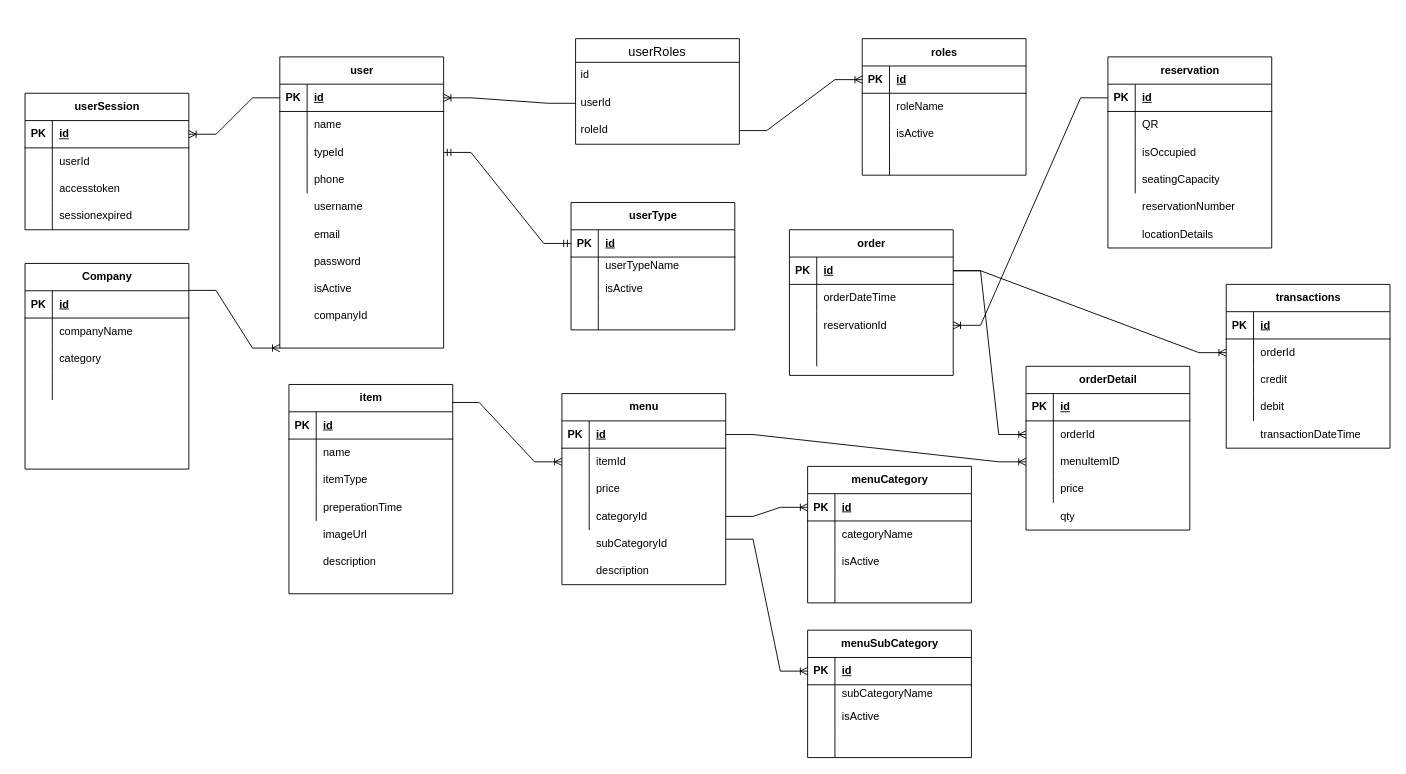
Above: resturant-erd.drawio in zakk616/resturant-erd (draw.io), before the change. Source tidied: cells renumbered, new cells numbered last; positions are measured from the earlier drawing's top-left corner, leaving out a move shared by most shapes. Both pictures are drawn from the tidied source at 91%, with x=0, y=0 at pixel (-85, 38).
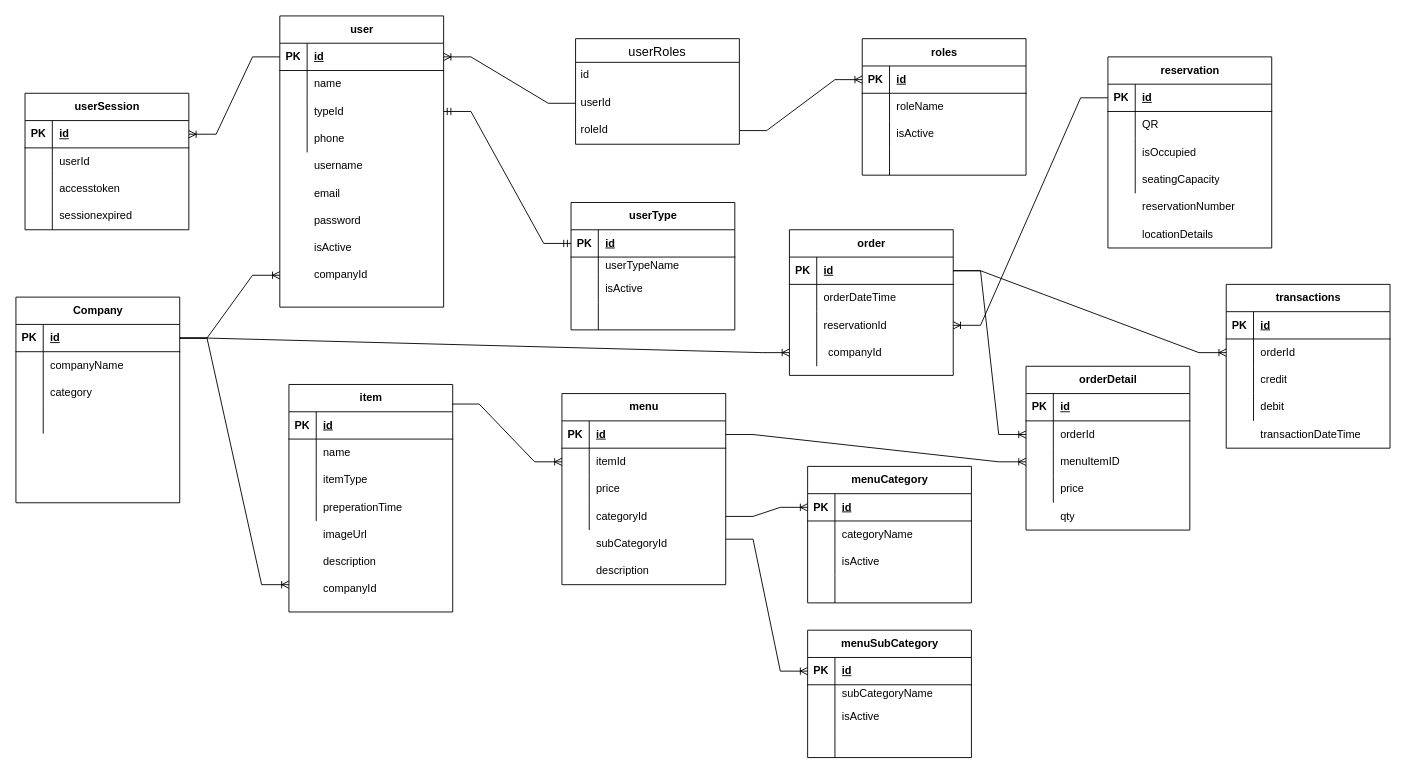
After the change.

Unchanged cells that the change refers to:
```xml
<mxCell id="121" style="shape=tableRow;horizontal=0;startSize=0;swimlaneHead=0;swimlaneBody=0;fillColor=none;points=[[0,0.5],[1,0.5]];portConstraint=eastwest;top=0;left=0;right=0;bottom=0;" parent="111" vertex="1">
  <mxGeometry y="120" width="180" height="30" as="geometry" />
</mxCell>
<mxCell id="187" style="shape=tableRow;horizontal=0;startSize=0;swimlaneHead=0;swimlaneBody=0;fillColor=none;points=[[0,0.5],[1,0.5]];portConstraint=eastwest;top=0;left=0;right=0;bottom=1;" parent="186" vertex="1">
  <mxGeometry y="30" width="180" height="30" as="geometry" />
</mxCell>
```

The edit, as a diff of the source:
```diff
@@
     <mxCell id="2" value="user" style="shape=table;startSize=30;childLayout=tableLayout;rowLines=0;fontStyle=1;align=center;html=1;" parent="1" vertex="1">
-      <mxGeometry x="400" y="20" width="180" height="320" as="geometry" />
+      <mxGeometry x="400" y="-25" width="180" height="320" as="geometry" />
     </mxCell>
@@
     <mxCell id="42" value="username" style="shape=partialRectangle;fillColor=none;top=0;left=0;bottom=0;right=0;align=left;spacingLeft=6;overflow=hidden;whiteSpace=wrap;html=1;" parent="1" vertex="1">
-      <mxGeometry x="430" y="170" width="150" height="30" as="geometry" />
+      <mxGeometry x="430" y="125" width="150" height="30" as="geometry" />
     </mxCell>
     <mxCell id="43" value="email" style="shape=partialRectangle;fillColor=none;top=0;left=0;bottom=0;right=0;align=left;spacingLeft=6;overflow=hidden;whiteSpace=wrap;html=1;" parent="1" vertex="1">
-      <mxGeometry x="430" y="200" width="150" height="30" as="geometry" />
+      <mxGeometry x="430" y="155" width="150" height="30" as="geometry" />
     </mxCell>
     <mxCell id="44" value="password" style="shape=partialRectangle;fillColor=none;top=0;left=0;bottom=0;right=0;align=left;spacingLeft=6;overflow=hidden;whiteSpace=wrap;html=1;" parent="1" vertex="1">
-      <mxGeometry x="430" y="230" width="150" height="30" as="geometry" />
+      <mxGeometry x="430" y="185" width="150" height="30" as="geometry" />
     </mxCell>
     <mxCell id="45" value="isActive" style="shape=partialRectangle;fillColor=none;top=0;left=0;bottom=0;right=0;align=left;spacingLeft=6;overflow=hidden;whiteSpace=wrap;html=1;" parent="1" vertex="1">
-      <mxGeometry x="430" y="260" width="150" height="30" as="geometry" />
+      <mxGeometry x="430" y="215" width="150" height="30" as="geometry" />
     </mxCell>
@@
     <mxCell id="52" value="item" style="shape=table;startSize=30;childLayout=tableLayout;rowLines=0;fontStyle=1;align=center;html=1;" parent="1" vertex="1">
-      <mxGeometry x="410" y="380" width="180" height="230" as="geometry" />
+      <mxGeometry x="410" y="380" width="180" height="250" as="geometry" />
     </mxCell>
@@
     <mxCell id="186" value="Company" style="shape=table;startSize=30;childLayout=tableLayout;rowLines=0;fontStyle=1;align=center;html=1;" parent="1" vertex="1">
-      <mxGeometry x="120" y="247" width="180" height="226" as="geometry" />
+      <mxGeometry x="110" y="284" width="180" height="226" as="geometry" />
     </mxCell>
@@
     <mxCell id="199" value="companyId" style="shape=partialRectangle;fillColor=none;top=0;left=0;bottom=0;right=0;align=left;spacingLeft=6;overflow=hidden;whiteSpace=wrap;html=1;" parent="1" vertex="1">
-      <mxGeometry x="430" y="290" width="150" height="30" as="geometry" />
+      <mxGeometry x="430" y="245" width="150" height="30" as="geometry" />
     </mxCell>
-    <mxCell id="200" style="edgeStyle=entityRelationEdgeStyle;fontSize=12;html=1;endArrow=ERoneToMany;rounded=0;exitX=0.999;exitY=0.131;exitDx=0;exitDy=0;exitPerimeter=0;entryX=0;entryY=1;entryDx=0;entryDy=0;" parent="1" edge="1" source="186" target="2">
+    <mxCell id="200" style="edgeStyle=entityRelationEdgeStyle;fontSize=12;html=1;endArrow=ERoneToMany;rounded=0;exitX=1;exitY=0.5;exitDx=0;exitDy=0;" parent="1" edge="1" source="187">
       <mxGeometry relative="1" as="geometry">
+        <mxPoint x="400" y="260" as="targetPoint" />
         <Array as="points">
           <mxPoint y="244" />
         </Array>
       </mxGeometry>
     </mxCell>
+    <mxCell id="201" value="companyId" style="shape=partialRectangle;fillColor=none;top=0;left=0;bottom=0;right=0;align=left;spacingLeft=6;overflow=hidden;whiteSpace=wrap;html=1;" parent="1" vertex="1">
+      <mxGeometry x="440" y="590" width="150" height="30" as="geometry" />
+    </mxCell>
+    <mxCell id="202" style="edgeStyle=entityRelationEdgeStyle;fontSize=12;html=1;endArrow=ERoneToMany;rounded=0;" parent="1" edge="1" source="187">
+      <mxGeometry relative="1" as="geometry">
+        <mxPoint x="410" y="600" as="targetPoint" />
+      </mxGeometry>
+    </mxCell>
+    <mxCell id="203" value="companyId" style="shape=partialRectangle;fillColor=none;top=0;left=0;bottom=0;right=0;align=left;spacingLeft=6;overflow=hidden;whiteSpace=wrap;html=1;" parent="1" vertex="1">
+      <mxGeometry x="995" y="330" width="150" height="30" as="geometry" />
+    </mxCell>
+    <mxCell id="204" style="edgeStyle=entityRelationEdgeStyle;fontSize=12;html=1;endArrow=ERoneToMany;rounded=0;exitX=1;exitY=0.5;exitDx=0;exitDy=0;entryX=0;entryY=0.5;entryDx=0;entryDy=0;" parent="1" edge="1" source="187" target="121">
+      <mxGeometry relative="1" as="geometry" />
+    </mxCell>
```
